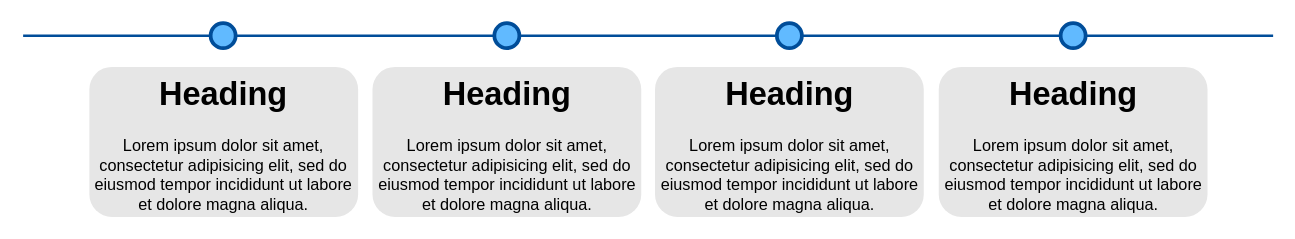
goodjun/drawio keeps this draw.io diagram as 未命名绘图.drawio. Above is the earlier version. Source tidied: cells renumbered, new cells numbered last; positions are measured from the earlier drawing's top-left corner, leaving out a move shared by most shapes. Both pictures are drawn from the tidied source at 125%, with x=0, y=0 at pixel (22, 22).
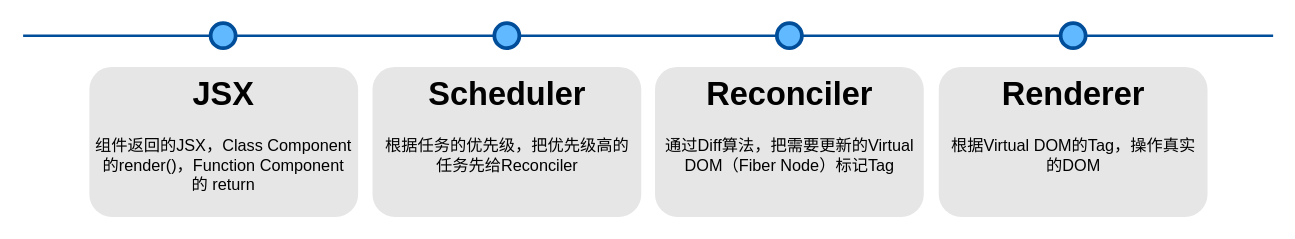
Above is the later version.

Commit message:
Update 未命名绘图.drawio

Change to the diagram source:
```diff
@@
 <mxGraphModel>
   <root>
     <mxCell id="0" />
     <mxCell id="1" parent="0" />
     <mxCell id="2" style="line;strokeWidth=2;html=1;fillColor=none;fontSize=28;fontColor=#004D99;strokeColor=#004D99;" parent="1" vertex="1">
       <mxGeometry y="5" width="1000" height="10" as="geometry" />
     </mxCell>
     <mxCell id="3" style="ellipse;whiteSpace=wrap;html=1;fillColor=#61BAFF;fontSize=28;fontColor=#004D99;strokeWidth=3;strokeColor=#004D99;" parent="1" vertex="1">
       <mxGeometry x="150" width="20" height="20" as="geometry" />
     </mxCell>
     <mxCell id="4" style="ellipse;whiteSpace=wrap;html=1;fillColor=#61BAFF;fontSize=28;fontColor=#004D99;strokeWidth=3;strokeColor=#004D99;" parent="1" vertex="1">
       <mxGeometry x="377" width="20" height="20" as="geometry" />
     </mxCell>
     <mxCell id="5" style="ellipse;whiteSpace=wrap;html=1;fillColor=#61BAFF;fontSize=28;fontColor=#004D99;strokeWidth=3;strokeColor=#004D99;" parent="1" vertex="1">
       <mxGeometry x="603" width="20" height="20" as="geometry" />
     </mxCell>
     <mxCell id="6" style="ellipse;whiteSpace=wrap;html=1;fillColor=#61BAFF;fontSize=28;fontColor=#004D99;strokeWidth=3;strokeColor=#004D99;" parent="1" vertex="1">
       <mxGeometry x="830" width="20" height="20" as="geometry" />
     </mxCell>
-    <mxCell id="7" value="&lt;h1&gt;Heading&lt;/h1&gt;&lt;p&gt;Lorem ipsum dolor sit amet, consectetur adipisicing elit, sed do eiusmod tempor incididunt ut labore et dolore magna aliqua.&lt;/p&gt;" style="text;html=1;spacing=5;spacingTop=-20;whiteSpace=wrap;overflow=hidden;strokeColor=none;strokeWidth=3;fillColor=#E6E6E6;fontSize=13;fontColor=#000000;align=center;rounded=1;" parent="1" vertex="1">
+    <mxCell id="7" value="&lt;h1&gt;JSX&lt;/h1&gt;&lt;p&gt;组件返回的JSX，Class Component的render()，Function Component 的 return&lt;/p&gt;" style="text;html=1;spacing=5;spacingTop=-20;whiteSpace=wrap;overflow=hidden;strokeColor=none;strokeWidth=3;fillColor=#E6E6E6;fontSize=13;fontColor=#000000;align=center;rounded=1;" parent="1" vertex="1">
       <mxGeometry x="53" y="35" width="215" height="120" as="geometry" />
     </mxCell>
-    <mxCell id="8" value="&lt;h1&gt;Heading&lt;/h1&gt;&lt;p&gt;Lorem ipsum dolor sit amet, consectetur adipisicing elit, sed do eiusmod tempor incididunt ut labore et dolore magna aliqua.&lt;/p&gt;" style="text;html=1;spacing=5;spacingTop=-20;whiteSpace=wrap;overflow=hidden;strokeColor=none;strokeWidth=3;fillColor=#E6E6E6;fontSize=13;fontColor=#000000;align=center;rounded=1;" parent="1" vertex="1">
+    <mxCell id="8" value="&lt;h1&gt;Scheduler&lt;/h1&gt;&lt;div&gt;根据任务的优先级，把优先级高的任务先给Reconciler&lt;/div&gt;" style="text;html=1;spacing=5;spacingTop=-20;whiteSpace=wrap;overflow=hidden;strokeColor=none;strokeWidth=3;fillColor=#E6E6E6;fontSize=13;fontColor=#000000;align=center;rounded=1;" parent="1" vertex="1">
       <mxGeometry x="279.5" y="35" width="215" height="120" as="geometry" />
     </mxCell>
-    <mxCell id="9" value="&lt;h1&gt;Heading&lt;/h1&gt;&lt;p&gt;Lorem ipsum dolor sit amet, consectetur adipisicing elit, sed do eiusmod tempor incididunt ut labore et dolore magna aliqua.&lt;/p&gt;" style="text;html=1;spacing=5;spacingTop=-20;whiteSpace=wrap;overflow=hidden;strokeColor=none;strokeWidth=3;fillColor=#E6E6E6;fontSize=13;fontColor=#000000;align=center;rounded=1;" parent="1" vertex="1">
+    <mxCell id="9" value="&lt;h1&gt;Reconciler&lt;/h1&gt;&lt;p&gt;通过Diff算法，把需要更新的Virtual DOM（Fiber Node）标记Tag&lt;/p&gt;" style="text;html=1;spacing=5;spacingTop=-20;whiteSpace=wrap;overflow=hidden;strokeColor=none;strokeWidth=3;fillColor=#E6E6E6;fontSize=13;fontColor=#000000;align=center;rounded=1;" parent="1" vertex="1">
       <mxGeometry x="505.5" y="35" width="215" height="120" as="geometry" />
     </mxCell>
-    <mxCell id="10" value="&lt;h1&gt;Heading&lt;/h1&gt;&lt;p&gt;Lorem ipsum dolor sit amet, consectetur adipisicing elit, sed do eiusmod tempor incididunt ut labore et dolore magna aliqua.&lt;/p&gt;" style="text;html=1;spacing=5;spacingTop=-20;whiteSpace=wrap;overflow=hidden;strokeColor=none;strokeWidth=3;fillColor=#E6E6E6;fontSize=13;fontColor=#000000;align=center;rounded=1;" parent="1" vertex="1">
+    <mxCell id="10" value="&lt;h1&gt;Renderer&lt;/h1&gt;&lt;p&gt;根据Virtual DOM的Tag，操作真实的DOM&lt;/p&gt;" style="text;html=1;spacing=5;spacingTop=-20;whiteSpace=wrap;overflow=hidden;strokeColor=none;strokeWidth=3;fillColor=#E6E6E6;fontSize=13;fontColor=#000000;align=center;rounded=1;" parent="1" vertex="1">
       <mxGeometry x="732.5" y="35" width="215" height="120" as="geometry" />
     </mxCell>
   </root>
 </mxGraphModel>
```
